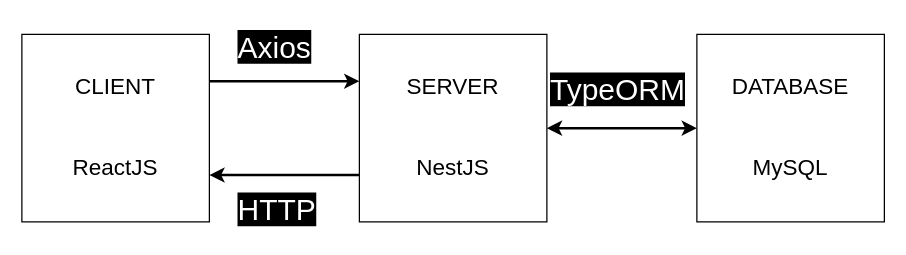
This is TRINDED-DIAGS.drawio from khaledmo99/Cypress-05, a draw.io file, before an edit. Source tidied: cells renumbered, new cells numbered last; positions are measured from the earlier drawing's top-left corner, leaving out a move shared by most shapes. Both pictures are drawn from the tidied source at 125%, with x=0, y=0 at pixel (21, 21).
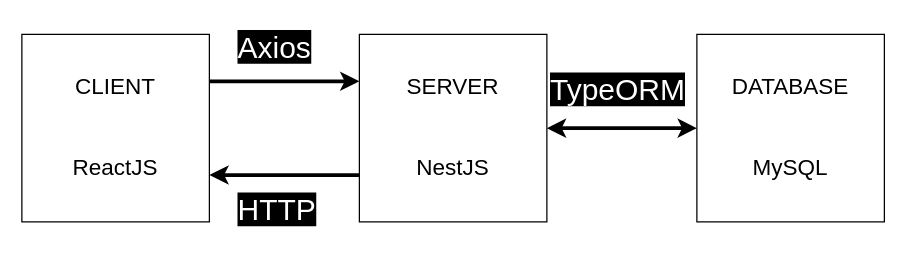
Above is the later version.

Commit message:
Mettre à jour TRINDED-DIAGS.drawio

What changed in the source:
```diff
@@
 <mxGraphModel>
   <root>
     <mxCell id="0" />
     <mxCell id="1" parent="0" />
     <mxCell id="2" value="&lt;font style=&quot;font-size: 18px;&quot;&gt;CLIENT&lt;br&gt;&lt;/font&gt;&lt;br&gt;&lt;br&gt;&lt;br&gt;&lt;font style=&quot;font-size: 18px;&quot;&gt;ReactJS&lt;/font&gt;" style="whiteSpace=wrap;html=1;" parent="1" vertex="1">
       <mxGeometry y="10" width="150" height="150" as="geometry" />
     </mxCell>
     <mxCell id="3" value="&lt;font style=&quot;font-size: 18px;&quot;&gt;SERVER&lt;/font&gt;&lt;br&gt;&lt;br&gt;&lt;br&gt;&lt;br&gt;&lt;font style=&quot;font-size: 18px;&quot;&gt;NestJS&lt;/font&gt;" style="whiteSpace=wrap;html=1;" parent="1" vertex="1">
       <mxGeometry x="270" y="10" width="150" height="150" as="geometry" />
     </mxCell>
     <mxCell id="4" value="&lt;font style=&quot;font-size: 18px;&quot;&gt;DATABASE&lt;/font&gt;&lt;br&gt;&lt;br&gt;&lt;br&gt;&lt;br&gt;&lt;font style=&quot;font-size: 18px;&quot;&gt;MySQL&lt;/font&gt;" style="whiteSpace=wrap;html=1;" parent="1" vertex="1">
       <mxGeometry x="540" y="10" width="150" height="150" as="geometry" />
     </mxCell>
-    <mxCell id="5" style="endArrow=classic;html=1;rounded=0;exitX=1;exitY=0.25;exitDx=0;exitDy=0;entryX=0;entryY=0.25;entryDx=0;entryDy=0;curved=0;strokeWidth=2;" parent="1" edge="1" source="2" target="3">
+    <mxCell id="5" style="endArrow=classic;html=1;rounded=0;exitX=1;exitY=0.25;exitDx=0;exitDy=0;entryX=0;entryY=0.25;entryDx=0;entryDy=0;curved=0;strokeWidth=3;" parent="1" edge="1" source="2" target="3">
       <mxGeometry relative="1" as="geometry" />
     </mxCell>
-    <mxCell id="6" style="endArrow=classic;html=1;rounded=0;exitX=0;exitY=0.75;exitDx=0;exitDy=0;entryX=1;entryY=0.75;entryDx=0;entryDy=0;strokeWidth=2;" parent="1" edge="1" source="3" target="2">
+    <mxCell id="6" style="endArrow=classic;html=1;rounded=0;exitX=0;exitY=0.75;exitDx=0;exitDy=0;entryX=1;entryY=0.75;entryDx=0;entryDy=0;strokeWidth=3;" parent="1" edge="1" source="3" target="2">
       <mxGeometry relative="1" as="geometry" />
     </mxCell>
-    <mxCell id="7" style="endArrow=classic;startArrow=classic;html=1;rounded=0;entryX=0;entryY=0.5;entryDx=0;entryDy=0;exitX=1;exitY=0.5;exitDx=0;exitDy=0;strokeWidth=2;" parent="1" edge="1" source="3" target="4">
+    <mxCell id="7" style="endArrow=classic;startArrow=classic;html=1;rounded=0;entryX=0;entryY=0.5;entryDx=0;entryDy=0;exitX=1;exitY=0.5;exitDx=0;exitDy=0;strokeWidth=3;" parent="1" edge="1" source="3" target="4">
       <mxGeometry relative="1" as="geometry" />
     </mxCell>
     <mxCell id="8" value="&lt;div style=&quot;text-align: justify;&quot;&gt;&lt;span style=&quot;font-size: 24px; color: rgb(255, 255, 255); background-color: rgb(0, 0, 0); text-align: center;&quot;&gt;Axios&lt;/span&gt;&lt;/div&gt;" style="text;whiteSpace=wrap;html=1;" parent="1" vertex="1">
       <mxGeometry x="171" width="80" height="40" as="geometry" />
     </mxCell>
     <mxCell id="9" value="&lt;div style=&quot;text-align: justify;&quot;&gt;&lt;span style=&quot;font-size: 24px; text-align: center; background-color: rgb(0, 0, 0);&quot;&gt;&lt;font color=&quot;#ffffff&quot;&gt;HTTP&lt;/font&gt;&lt;/span&gt;&lt;/div&gt;" style="text;whiteSpace=wrap;html=1;" parent="1" vertex="1">
       <mxGeometry x="171" y="130" width="80" height="40" as="geometry" />
     </mxCell>
     <mxCell id="10" value="&lt;div style=&quot;text-align: justify;&quot;&gt;&lt;span style=&quot;font-size: 24px; text-align: center; background-color: rgb(0, 0, 0);&quot;&gt;&lt;font color=&quot;#ffffff&quot;&gt;TypeORM&lt;/font&gt;&lt;/span&gt;&lt;/div&gt;" style="text;whiteSpace=wrap;html=1;" parent="1" vertex="1">
       <mxGeometry x="421" y="33.6" width="100" height="36.4" as="geometry" />
     </mxCell>
   </root>
 </mxGraphModel>
```
